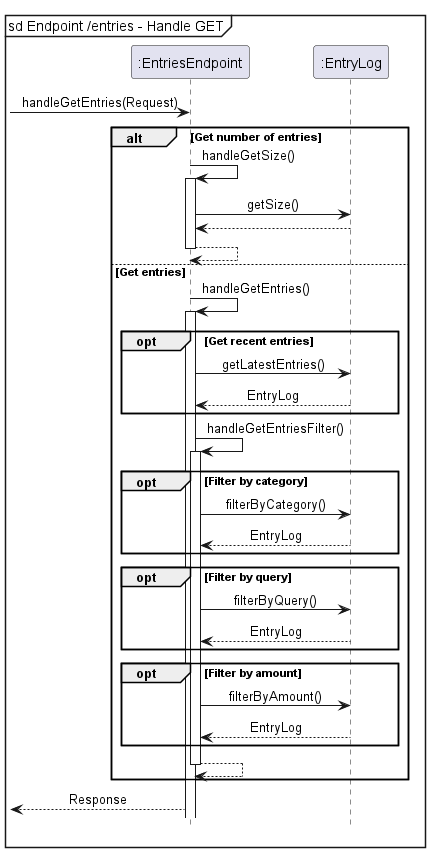
nus-cs2113-AY2223S2/tp keeps this PlantUML diagram as docs/static/backend/endpoint/EntriesEndpointGetSequence.png. Above is the earlier version.
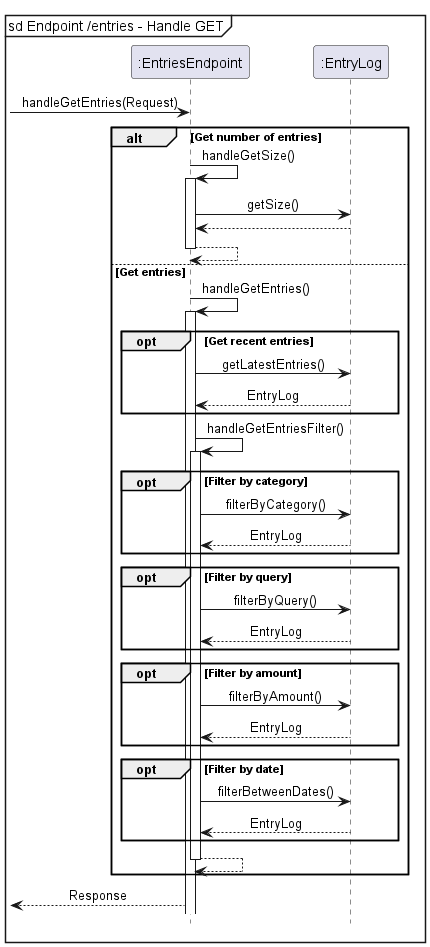
Above is the later version.

What changed in the source:
```diff
@@ -1,5 +1,5 @@
 @startuml
-!include ../Style.puml
+!include ../../Style.puml
 
 mainframe sd Endpoint /entries - Handle GET
 participant ":EntriesEndpoint" as EntriesEndpoint
@@ -32,6 +32,10 @@
         EntriesEndpoint -> EntryLog : filterByAmount()
         EntriesEndpoint <-- EntryLog : EntryLog
     end
+    group opt [Filter by date]
+            EntriesEndpoint -> EntryLog : filterBetweenDates()
+            EntriesEndpoint <-- EntryLog : EntryLog
+    end
     return
 end
 
```
